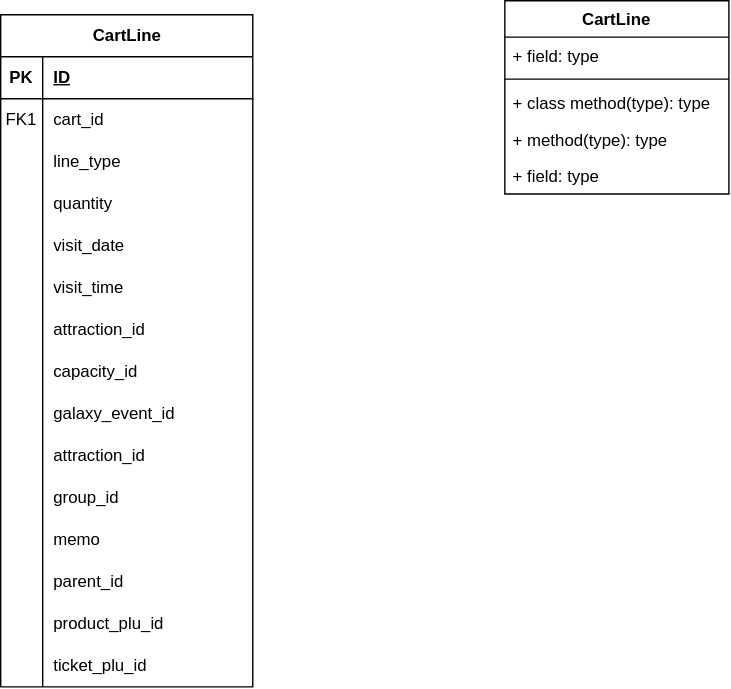
Before: book/tportal-cart.drawio.svg, a diagram exported from draw.io (Gaolz/notes). Source tidied: cells renumbered, new cells last; positions are measured from the earlier drawing's top-left corner, leaving out a move shared by most shapes.
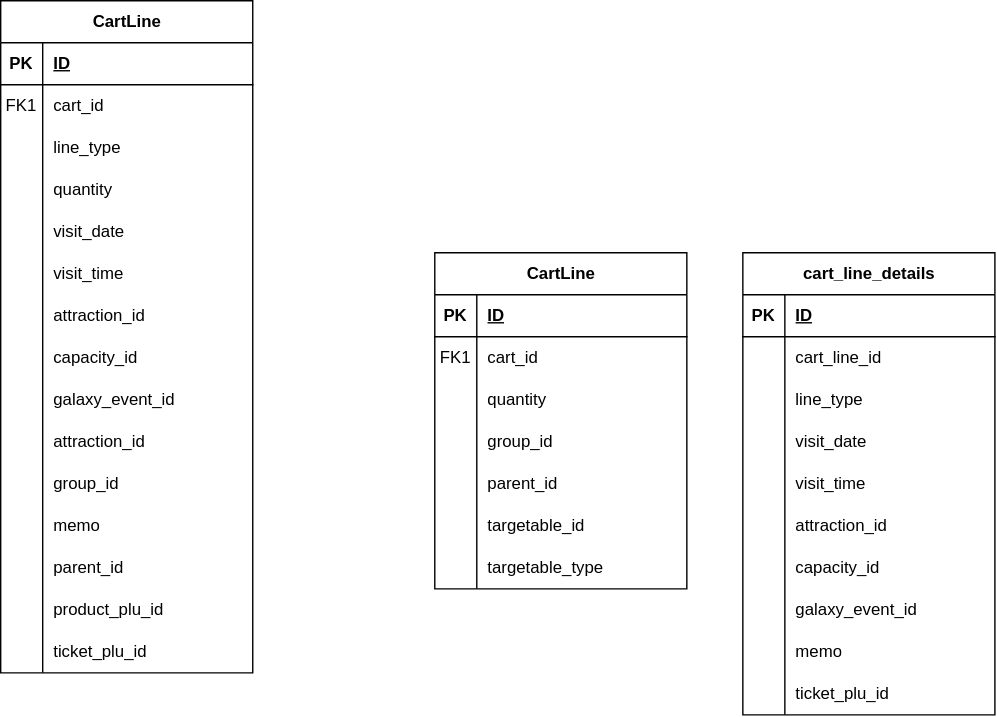
After the commit.

Diff of the diagram source:
```diff
@@ -140,23 +140,164 @@
     <mxCell id="47" value="ticket_plu_id" style="shape=partialRectangle;fillColor=none;top=0;left=0;bottom=0;right=0;align=left;spacingLeft=6;overflow=hidden;whiteSpace=wrap;html=1;" parent="45" vertex="1">
       <mxGeometry x="30" width="150" height="30" as="geometry" />
     </mxCell>
-    <mxCell id="48" value="CartLine" style="swimlane;fontStyle=1;align=center;verticalAlign=top;horizontal=1;startSize=26;whiteSpace=wrap;html=1;" parent="1" vertex="1">
-      <mxGeometry x="360" width="160" height="138" as="geometry" />
+    <mxCell id="48" value="CartLine" style="shape=table;startSize=30;rowLines=0;fontStyle=1;align=center;html=1;" parent="1" vertex="1">
+      <mxGeometry x="310" y="190" width="180" height="240" as="geometry" />
     </mxCell>
-    <mxCell id="49" value="+ field: type" style="text;strokeColor=none;fillColor=none;align=left;verticalAlign=top;spacingLeft=4;spacingRight=4;overflow=hidden;whiteSpace=wrap;html=1;" parent="48" vertex="1">
-      <mxGeometry y="26" width="160" height="26" as="geometry" />
-    </mxCell>
-    <mxCell id="50" style="line;strokeWidth=1;fillColor=none;align=left;verticalAlign=middle;spacingTop=-1;spacingLeft=3;spacingRight=3;labelPosition=right;strokeColor=inherit;" parent="48" vertex="1">
-      <mxGeometry y="52" width="160" height="8" as="geometry" />
-    </mxCell>
-    <mxCell id="51" value="+ class method(type): type" style="text;strokeColor=none;fillColor=none;align=left;verticalAlign=top;spacingLeft=4;spacingRight=4;overflow=hidden;whiteSpace=wrap;html=1;" parent="48" vertex="1">
-      <mxGeometry y="60" width="160" height="26" as="geometry" />
-    </mxCell>
-    <mxCell id="52" value="+ method(type): type" style="text;strokeColor=none;fillColor=none;align=left;verticalAlign=top;spacingLeft=4;spacingRight=4;overflow=hidden;whiteSpace=wrap;html=1;" parent="48" vertex="1">
-      <mxGeometry y="86" width="160" height="26" as="geometry" />
-    </mxCell>
-    <mxCell id="53" value="+ field: type" style="text;strokeColor=none;fillColor=none;align=left;verticalAlign=top;spacingLeft=4;spacingRight=4;overflow=hidden;whiteSpace=wrap;html=1;" parent="48" vertex="1">
-      <mxGeometry y="112" width="160" height="26" as="geometry" />
-    </mxCell>
+    <mxCell id="54" style="shape=tableRow;horizontal=0;startSize=0;swimlaneHead=0;swimlaneBody=0;fillColor=none;top=0;left=0;right=0;bottom=1;" parent="48" vertex="1">
+      <mxGeometry y="30" width="180" height="30" as="geometry" />
+    </mxCell>
+    <mxCell id="55" value="PK" style="shape=partialRectangle;fillColor=none;top=0;left=0;bottom=0;right=0;fontStyle=1;overflow=hidden;whiteSpace=wrap;html=1;" parent="54" vertex="1">
+      <mxGeometry width="30" height="30" as="geometry" />
+    </mxCell>
+    <mxCell id="56" value="ID" style="shape=partialRectangle;fillColor=none;top=0;left=0;bottom=0;right=0;align=left;spacingLeft=6;fontStyle=5;overflow=hidden;whiteSpace=wrap;html=1;" parent="54" vertex="1">
+      <mxGeometry x="30" width="150" height="30" as="geometry" />
+    </mxCell>
+    <mxCell id="57" style="shape=tableRow;horizontal=0;startSize=0;swimlaneHead=0;swimlaneBody=0;fillColor=none;top=0;left=0;right=0;bottom=0;" parent="48" vertex="1">
+      <mxGeometry y="60" width="180" height="30" as="geometry" />
+    </mxCell>
+    <mxCell id="58" value="FK1" style="shape=partialRectangle;fillColor=none;top=0;left=0;bottom=0;right=0;overflow=hidden;whiteSpace=wrap;html=1;" parent="57" vertex="1">
+      <mxGeometry width="30" height="30" as="geometry" />
+    </mxCell>
+    <mxCell id="59" value="cart_id" style="shape=partialRectangle;fillColor=none;top=0;left=0;bottom=0;right=0;align=left;spacingLeft=6;overflow=hidden;whiteSpace=wrap;html=1;" parent="57" vertex="1">
+      <mxGeometry x="30" width="150" height="30" as="geometry" />
+    </mxCell>
+    <mxCell id="60" style="shape=tableRow;horizontal=0;startSize=0;swimlaneHead=0;swimlaneBody=0;fillColor=none;top=0;left=0;right=0;bottom=0;" parent="48" vertex="1">
+      <mxGeometry y="90" width="180" height="30" as="geometry" />
+    </mxCell>
+    <mxCell id="61" style="shape=partialRectangle;fillColor=none;top=0;left=0;bottom=0;right=0;overflow=hidden;whiteSpace=wrap;html=1;" parent="60" vertex="1">
+      <mxGeometry width="30" height="30" as="geometry" />
+    </mxCell>
+    <mxCell id="62" value="quantity" style="shape=partialRectangle;fillColor=none;top=0;left=0;bottom=0;right=0;align=left;spacingLeft=6;overflow=hidden;whiteSpace=wrap;html=1;" parent="60" vertex="1">
+      <mxGeometry x="30" width="150" height="30" as="geometry" />
+    </mxCell>
+    <mxCell id="63" style="shape=tableRow;horizontal=0;startSize=0;swimlaneHead=0;swimlaneBody=0;fillColor=none;top=0;left=0;right=0;bottom=0;" parent="48" vertex="1">
+      <mxGeometry y="120" width="180" height="30" as="geometry" />
+    </mxCell>
+    <mxCell id="64" style="shape=partialRectangle;fillColor=none;top=0;left=0;bottom=0;right=0;overflow=hidden;whiteSpace=wrap;html=1;" parent="63" vertex="1">
+      <mxGeometry width="30" height="30" as="geometry" />
+    </mxCell>
+    <mxCell id="65" value="group_id" style="shape=partialRectangle;fillColor=none;top=0;left=0;bottom=0;right=0;align=left;spacingLeft=6;overflow=hidden;whiteSpace=wrap;html=1;" parent="63" vertex="1">
+      <mxGeometry x="30" width="150" height="30" as="geometry" />
+    </mxCell>
+    <mxCell id="66" style="shape=tableRow;horizontal=0;startSize=0;swimlaneHead=0;swimlaneBody=0;fillColor=none;top=0;left=0;right=0;bottom=0;" parent="48" vertex="1">
+      <mxGeometry y="150" width="180" height="30" as="geometry" />
+    </mxCell>
+    <mxCell id="67" style="shape=partialRectangle;fillColor=none;top=0;left=0;bottom=0;right=0;overflow=hidden;whiteSpace=wrap;html=1;" parent="66" vertex="1">
+      <mxGeometry width="30" height="30" as="geometry" />
+    </mxCell>
+    <mxCell id="68" value="parent_id" style="shape=partialRectangle;fillColor=none;top=0;left=0;bottom=0;right=0;align=left;spacingLeft=6;overflow=hidden;whiteSpace=wrap;html=1;" parent="66" vertex="1">
+      <mxGeometry x="30" width="150" height="30" as="geometry" />
+    </mxCell>
+    <mxCell id="69" style="shape=tableRow;horizontal=0;startSize=0;swimlaneHead=0;swimlaneBody=0;fillColor=none;top=0;left=0;right=0;bottom=0;" parent="48" vertex="1">
+      <mxGeometry y="180" width="180" height="30" as="geometry" />
+    </mxCell>
+    <mxCell id="70" style="shape=partialRectangle;fillColor=none;top=0;left=0;bottom=0;right=0;overflow=hidden;whiteSpace=wrap;html=1;" parent="69" vertex="1">
+      <mxGeometry width="30" height="30" as="geometry" />
+    </mxCell>
+    <mxCell id="71" value="targetable_id" style="shape=partialRectangle;fillColor=none;top=0;left=0;bottom=0;right=0;align=left;spacingLeft=6;overflow=hidden;whiteSpace=wrap;html=1;" parent="69" vertex="1">
+      <mxGeometry x="30" width="150" height="30" as="geometry" />
+    </mxCell>
+    <mxCell id="72" style="shape=tableRow;horizontal=0;startSize=0;swimlaneHead=0;swimlaneBody=0;fillColor=none;top=0;left=0;right=0;bottom=0;" parent="48" vertex="1">
+      <mxGeometry y="210" width="180" height="30" as="geometry" />
+    </mxCell>
+    <mxCell id="73" style="shape=partialRectangle;fillColor=none;top=0;left=0;bottom=0;right=0;overflow=hidden;whiteSpace=wrap;html=1;" parent="72" vertex="1">
+      <mxGeometry width="30" height="30" as="geometry" />
+    </mxCell>
+    <mxCell id="74" value="targetable_type" style="shape=partialRectangle;fillColor=none;top=0;left=0;bottom=0;right=0;align=left;spacingLeft=6;overflow=hidden;whiteSpace=wrap;html=1;" parent="72" vertex="1">
+      <mxGeometry x="30" width="150" height="30" as="geometry" />
+    </mxCell>
+    <mxCell id="75" value="cart_line_details" style="shape=table;startSize=30;rowLines=0;fontStyle=1;align=center;html=1;" parent="1" vertex="1">
+      <mxGeometry x="530" y="190" width="180" height="330" as="geometry" />
+    </mxCell>
+    <mxCell id="76" style="shape=tableRow;horizontal=0;startSize=0;swimlaneHead=0;swimlaneBody=0;fillColor=none;top=0;left=0;right=0;bottom=1;" parent="75" vertex="1">
+      <mxGeometry y="30" width="180" height="30" as="geometry" />
+    </mxCell>
+    <mxCell id="77" value="PK" style="shape=partialRectangle;fillColor=none;top=0;left=0;bottom=0;right=0;fontStyle=1;overflow=hidden;whiteSpace=wrap;html=1;" parent="76" vertex="1">
+      <mxGeometry width="30" height="30" as="geometry" />
+    </mxCell>
+    <mxCell id="78" value="ID" style="shape=partialRectangle;fillColor=none;top=0;left=0;bottom=0;right=0;align=left;spacingLeft=6;fontStyle=5;overflow=hidden;whiteSpace=wrap;html=1;" parent="76" vertex="1">
+      <mxGeometry x="30" width="150" height="30" as="geometry" />
+    </mxCell>
+    <mxCell id="79" style="shape=tableRow;horizontal=0;startSize=0;swimlaneHead=0;swimlaneBody=0;fillColor=none;top=0;left=0;right=0;bottom=0;" parent="75" vertex="1">
+      <mxGeometry y="60" width="180" height="30" as="geometry" />
+    </mxCell>
+    <mxCell id="80" style="shape=partialRectangle;fillColor=none;top=0;left=0;bottom=0;right=0;overflow=hidden;whiteSpace=wrap;html=1;" parent="79" vertex="1">
+      <mxGeometry width="30" height="30" as="geometry" />
+    </mxCell>
+    <mxCell id="81" value="cart_line_id" style="shape=partialRectangle;fillColor=none;top=0;left=0;bottom=0;right=0;align=left;spacingLeft=6;overflow=hidden;whiteSpace=wrap;html=1;" parent="79" vertex="1">
+      <mxGeometry x="30" width="150" height="30" as="geometry" />
+    </mxCell>
+    <mxCell id="82" style="shape=tableRow;horizontal=0;startSize=0;swimlaneHead=0;swimlaneBody=0;fillColor=none;top=0;left=0;right=0;bottom=0;" parent="75" vertex="1">
+      <mxGeometry y="90" width="180" height="30" as="geometry" />
+    </mxCell>
+    <mxCell id="83" style="shape=partialRectangle;fillColor=none;top=0;left=0;bottom=0;right=0;overflow=hidden;whiteSpace=wrap;html=1;" parent="82" vertex="1">
+      <mxGeometry width="30" height="30" as="geometry" />
+    </mxCell>
+    <mxCell id="84" value="line_type" style="shape=partialRectangle;fillColor=none;top=0;left=0;bottom=0;right=0;align=left;spacingLeft=6;overflow=hidden;whiteSpace=wrap;html=1;" parent="82" vertex="1">
+      <mxGeometry x="30" width="150" height="30" as="geometry" />
+    </mxCell>
+    <mxCell id="85" style="shape=tableRow;horizontal=0;startSize=0;swimlaneHead=0;swimlaneBody=0;fillColor=none;top=0;left=0;right=0;bottom=0;" parent="75" vertex="1">
+      <mxGeometry y="120" width="180" height="30" as="geometry" />
+    </mxCell>
+    <mxCell id="86" style="shape=partialRectangle;fillColor=none;top=0;left=0;bottom=0;right=0;overflow=hidden;whiteSpace=wrap;html=1;" parent="85" vertex="1">
+      <mxGeometry width="30" height="30" as="geometry" />
+    </mxCell>
+    <mxCell id="87" value="visit_date" style="shape=partialRectangle;fillColor=none;top=0;left=0;bottom=0;right=0;align=left;spacingLeft=6;overflow=hidden;whiteSpace=wrap;html=1;" parent="85" vertex="1">
+      <mxGeometry x="30" width="150" height="30" as="geometry" />
+    </mxCell>
+    <mxCell id="88" style="shape=tableRow;horizontal=0;startSize=0;swimlaneHead=0;swimlaneBody=0;fillColor=none;top=0;left=0;right=0;bottom=0;" parent="75" vertex="1">
+      <mxGeometry y="150" width="180" height="30" as="geometry" />
+    </mxCell>
+    <mxCell id="89" style="shape=partialRectangle;fillColor=none;top=0;left=0;bottom=0;right=0;overflow=hidden;whiteSpace=wrap;html=1;" parent="88" vertex="1">
+      <mxGeometry width="30" height="30" as="geometry" />
+    </mxCell>
+    <mxCell id="90" value="visit_time" style="shape=partialRectangle;fillColor=none;top=0;left=0;bottom=0;right=0;align=left;spacingLeft=6;overflow=hidden;whiteSpace=wrap;html=1;" parent="88" vertex="1">
+      <mxGeometry x="30" width="150" height="30" as="geometry" />
+    </mxCell>
+    <mxCell id="91" style="shape=tableRow;horizontal=0;startSize=0;swimlaneHead=0;swimlaneBody=0;fillColor=none;top=0;left=0;right=0;bottom=0;" parent="75" vertex="1">
+      <mxGeometry y="180" width="180" height="30" as="geometry" />
+    </mxCell>
+    <mxCell id="92" style="shape=partialRectangle;fillColor=none;top=0;left=0;bottom=0;right=0;overflow=hidden;whiteSpace=wrap;html=1;" parent="91" vertex="1">
+      <mxGeometry width="30" height="30" as="geometry" />
+    </mxCell>
+    <mxCell id="93" value="attraction_id" style="shape=partialRectangle;fillColor=none;top=0;left=0;bottom=0;right=0;align=left;spacingLeft=6;overflow=hidden;whiteSpace=wrap;html=1;" parent="91" vertex="1">
+      <mxGeometry x="30" width="150" height="30" as="geometry" />
+    </mxCell>
+    <mxCell id="94" style="shape=tableRow;horizontal=0;startSize=0;swimlaneHead=0;swimlaneBody=0;fillColor=none;top=0;left=0;right=0;bottom=0;" parent="75" vertex="1">
+      <mxGeometry y="210" width="180" height="30" as="geometry" />
+    </mxCell>
+    <mxCell id="95" style="shape=partialRectangle;fillColor=none;top=0;left=0;bottom=0;right=0;overflow=hidden;whiteSpace=wrap;html=1;" parent="94" vertex="1">
+      <mxGeometry width="30" height="30" as="geometry" />
+    </mxCell>
+    <mxCell id="96" value="capacity_id" style="shape=partialRectangle;fillColor=none;top=0;left=0;bottom=0;right=0;align=left;spacingLeft=6;overflow=hidden;whiteSpace=wrap;html=1;" parent="94" vertex="1">
+      <mxGeometry x="30" width="150" height="30" as="geometry" />
+    </mxCell>
+    <mxCell id="97" style="shape=tableRow;horizontal=0;startSize=0;swimlaneHead=0;swimlaneBody=0;fillColor=none;top=0;left=0;right=0;bottom=0;" parent="75" vertex="1">
+      <mxGeometry y="240" width="180" height="30" as="geometry" />
+    </mxCell>
+    <mxCell id="98" style="shape=partialRectangle;fillColor=none;top=0;left=0;bottom=0;right=0;overflow=hidden;whiteSpace=wrap;html=1;" parent="97" vertex="1">
+      <mxGeometry width="30" height="30" as="geometry" />
+    </mxCell>
+    <mxCell id="99" value="galaxy_event_id" style="shape=partialRectangle;fillColor=none;top=0;left=0;bottom=0;right=0;align=left;spacingLeft=6;overflow=hidden;whiteSpace=wrap;html=1;" parent="97" vertex="1">
+      <mxGeometry x="30" width="150" height="30" as="geometry" />
+    </mxCell>
+    <mxCell id="100" style="shape=tableRow;horizontal=0;startSize=0;swimlaneHead=0;swimlaneBody=0;fillColor=none;top=0;left=0;right=0;bottom=0;" parent="75" vertex="1">
+      <mxGeometry y="270" width="180" height="30" as="geometry" />
+    </mxCell>
+    <mxCell id="101" style="shape=partialRectangle;fillColor=none;top=0;left=0;bottom=0;right=0;overflow=hidden;whiteSpace=wrap;html=1;" parent="100" vertex="1">
+      <mxGeometry width="30" height="30" as="geometry" />
+    </mxCell>
+    <mxCell id="102" value="memo" style="shape=partialRectangle;fillColor=none;top=0;left=0;bottom=0;right=0;align=left;spacingLeft=6;overflow=hidden;whiteSpace=wrap;html=1;" parent="100" vertex="1">
+      <mxGeometry x="30" width="150" height="30" as="geometry" />
+    </mxCell>
+    <mxCell id="103" style="shape=tableRow;horizontal=0;startSize=0;swimlaneHead=0;swimlaneBody=0;fillColor=none;top=0;left=0;right=0;bottom=0;" parent="75" vertex="1">
+      <mxGeometry y="300" width="180" height="30" as="geometry" />
+    </mxCell>
+    <mxCell id="104" style="shape=partialRectangle;fillColor=none;top=0;left=0;bottom=0;right=0;overflow=hidden;whiteSpace=wrap;html=1;" parent="103" vertex="1">
+      <mxGeometry width="30" height="30" as="geometry" />
+    </mxCell>
+    <mxCell id="105" value="ticket_plu_id" style="shape=partialRectangle;fillColor=none;top=0;left=0;bottom=0;right=0;align=left;spacingLeft=6;overflow=hidden;whiteSpace=wrap;html=1;" parent="103" vertex="1">
+      <mxGeometry x="30" width="150" height="30" as="geometry" />
+    </mxCell>
   </root>
 </mxGraphModel>
```
